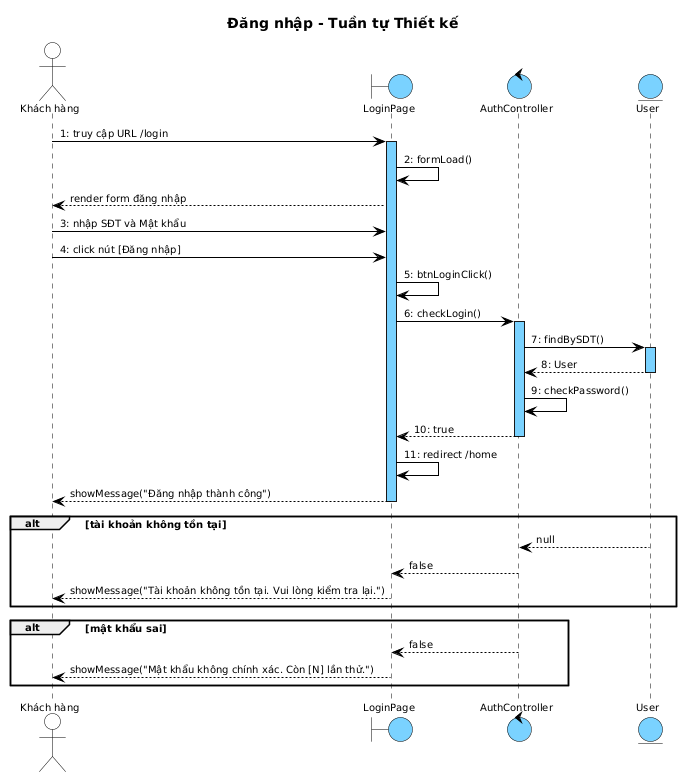
Before: output/diagrams/account_seq_login_design.png, a diagram exported from PlantUML (thanhtrnnn/cnpm).
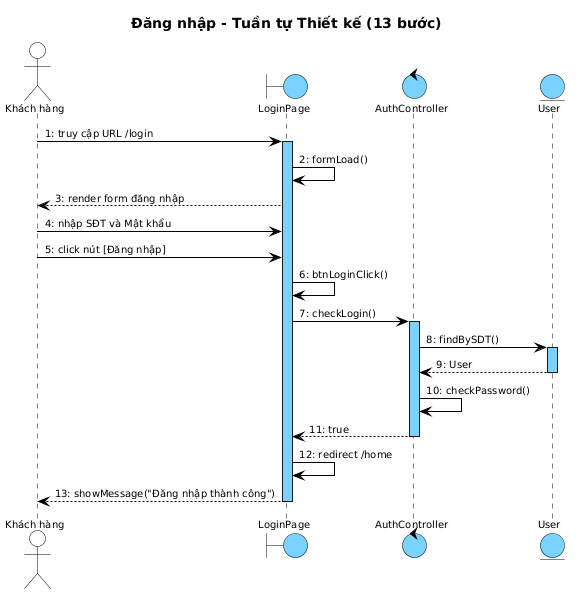
Later version of the same file.

What changed in the source:
```diff
@@ -1,23 +1,54 @@
 @startuml
 skinparam shadowing false
 skinparam SequenceMessageAlign left
+
 skinparam SequenceLifeLineBackgroundColor #7AD2FF
 skinparam SequenceLifeLineBorderColor #000000
 
 <style>
 sequenceDiagram {
-  Shadowing 0; RoundCorner 0; FontName "Arial"; FontSize 10; FontColor #000000
-  participant { BackgroundColor #7AD2FF; LineColor #000000; LineThickness 1 }
-  actor { BackgroundColor transparent; LineColor #000000 }
-  boundary { BackgroundColor #7AD2FF; LineColor #000000 }
-  control { BackgroundColor #7AD2FF; LineColor #000000 }
-  entity { BackgroundColor #7AD2FF; LineColor #000000 }
-  lifeline { LineColor #000000; LineStyle 5-5 }
-  arrow { LineColor #000000; LineThickness 1; FontSize 10 }
+  Shadowing 0
+  RoundCorner 0
+  FontName "Arial"
+  FontSize 10
+  FontColor #000000
+
+  participant {
+    BackgroundColor #7AD2FF
+    LineColor #000000
+    LineThickness 1
+  }
+
+  actor {
+    BackgroundColor transparent
+    LineColor #000000
+  }
+  boundary {
+    BackgroundColor #7AD2FF
+    LineColor #000000
+  }
+  control {
+    BackgroundColor #7AD2FF
+    LineColor #000000
+  }
+  entity {
+    BackgroundColor #7AD2FF
+    LineColor #000000
+  }
+
+  lifeline {
+    LineColor #000000
+    LineStyle 5-5
+  }
+
+  arrow {
+    LineColor #000000
+    LineThickness 1
+    FontSize 10
+  }
 }
 </style>
-
-title Đăng nhập - Tuần tự Thiết kế
+title Đăng nhập - Tuần tự Thiết kế (13 bước)
 
 actor "Khách hàng" as KH
 boundary LoginPage as B1
@@ -27,31 +58,20 @@
 KH -> B1 : 1: truy cập URL /login
 activate B1
 B1 -> B1 : 2: formLoad()
-B1 --> KH : render form đăng nhập
-KH -> B1 : 3: nhập SĐT và Mật khẩu
-KH -> B1 : 4: click nút [Đăng nhập]
-B1 -> B1 : 5: btnLoginClick()
-B1 -> C1 : 6: checkLogin()
+B1 --> KH : 3: render form đăng nhập
+KH -> B1 : 4: nhập SĐT và Mật khẩu
+KH -> B1 : 5: click nút [Đăng nhập]
+B1 -> B1 : 6: btnLoginClick()
+B1 -> C1 : 7: checkLogin()
 activate C1
-C1 -> E1 : 7: findBySDT()
+C1 -> E1 : 8: findBySDT()
 activate E1
-E1 --> C1 : 8: User
+E1 --> C1 : 9: User
 deactivate E1
-C1 -> C1 : 9: checkPassword()
-C1 --> B1 : 10: true
+C1 -> C1 : 10: checkPassword()
+C1 --> B1 : 11: true
 deactivate C1
-B1 -> B1 : 11: redirect /home
-B1 --> KH : showMessage("Đăng nhập thành công")
+B1 -> B1 : 12: redirect /home
+B1 --> KH : 13: showMessage("Đăng nhập thành công")
 deactivate B1
-
-alt tài khoản không tồn tại
-  E1 --> C1 : null
-  C1 --> B1 : false
-  B1 --> KH : showMessage("Tài khoản không tồn tại. Vui lòng kiểm tra lại.")
-end
-
-alt mật khẩu sai
-  C1 --> B1 : false
-  B1 --> KH : showMessage("Mật khẩu không chính xác. Còn [N] lần thử.")
-end
 @enduml
```
